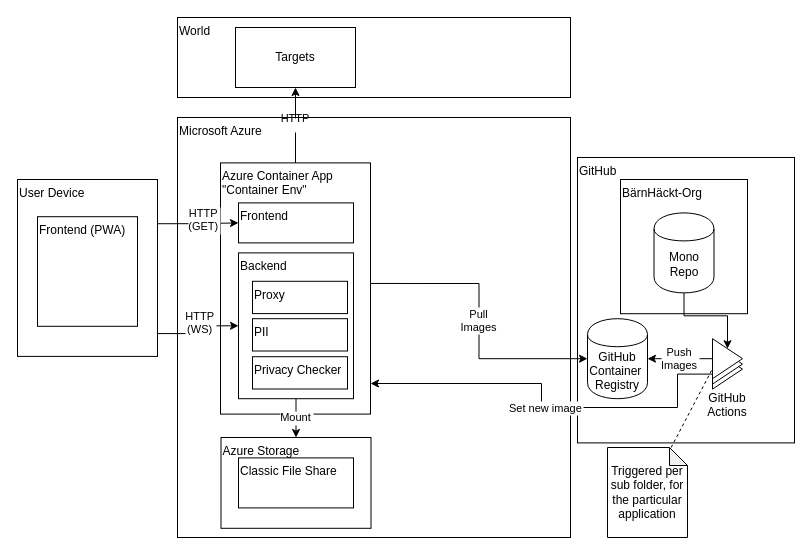
Before: page "Verteilungssicht" (2 of 2) of docs/assets/diagrams.drawio in baernhaeckt/SeniorsInTheMiddle, a draw.io diagram. Source tidied: cells renumbered, new cells numbered last; positions are measured from the earlier drawing's top-left corner, leaving out a move shared by most shapes. Both pictures are drawn from the tidied source at 100%, with x=0, y=0 at pixel (17, 17).
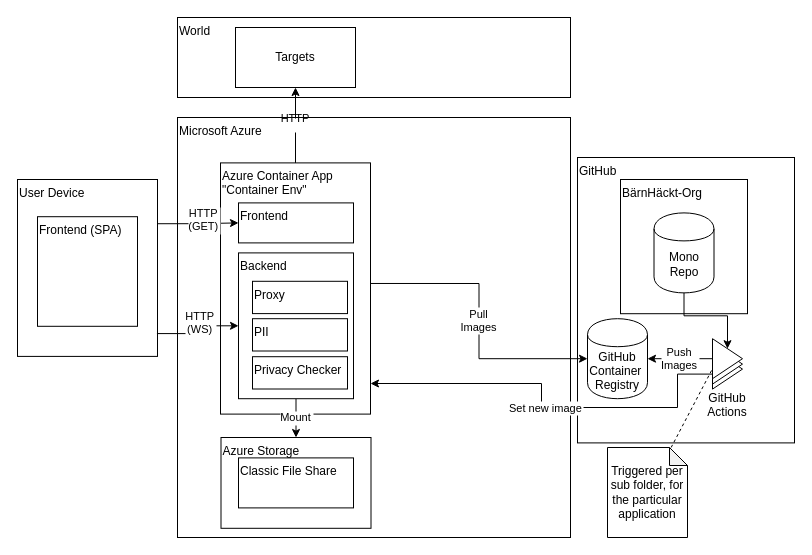
Above is the later version.

The edit, as a diff of the source:
```diff
@@
-    <mxCell id="12" value="Frontend (PWA)" style="align=left;verticalAlign=top;" parent="1" vertex="1">
+    <mxCell id="12" value="Frontend (SPA)" style="align=left;verticalAlign=top;" parent="1" vertex="1">
       <mxGeometry x="20" y="199.2" width="100" height="109.6" as="geometry" />
     </mxCell>
```
